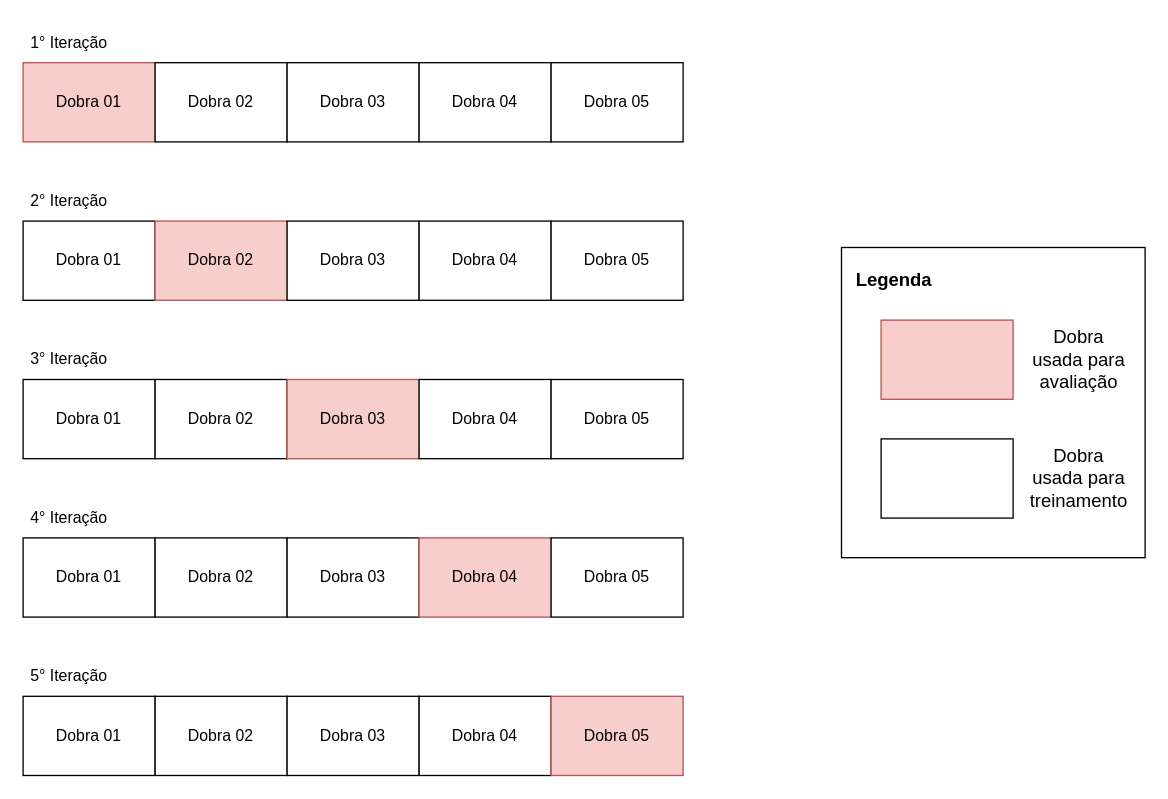
Above: avc-text/exemplo_validação_cruzada_05_dobras.drawio in ViniPilan/avc-modeling (draw.io), before the change. Source tidied: cells renumbered, new cells numbered last; positions are measured from the earlier drawing's top-left corner, leaving out a move shared by most shapes. Both pictures are drawn from the tidied source at 132%, with x=0, y=0 at pixel (22, 22).
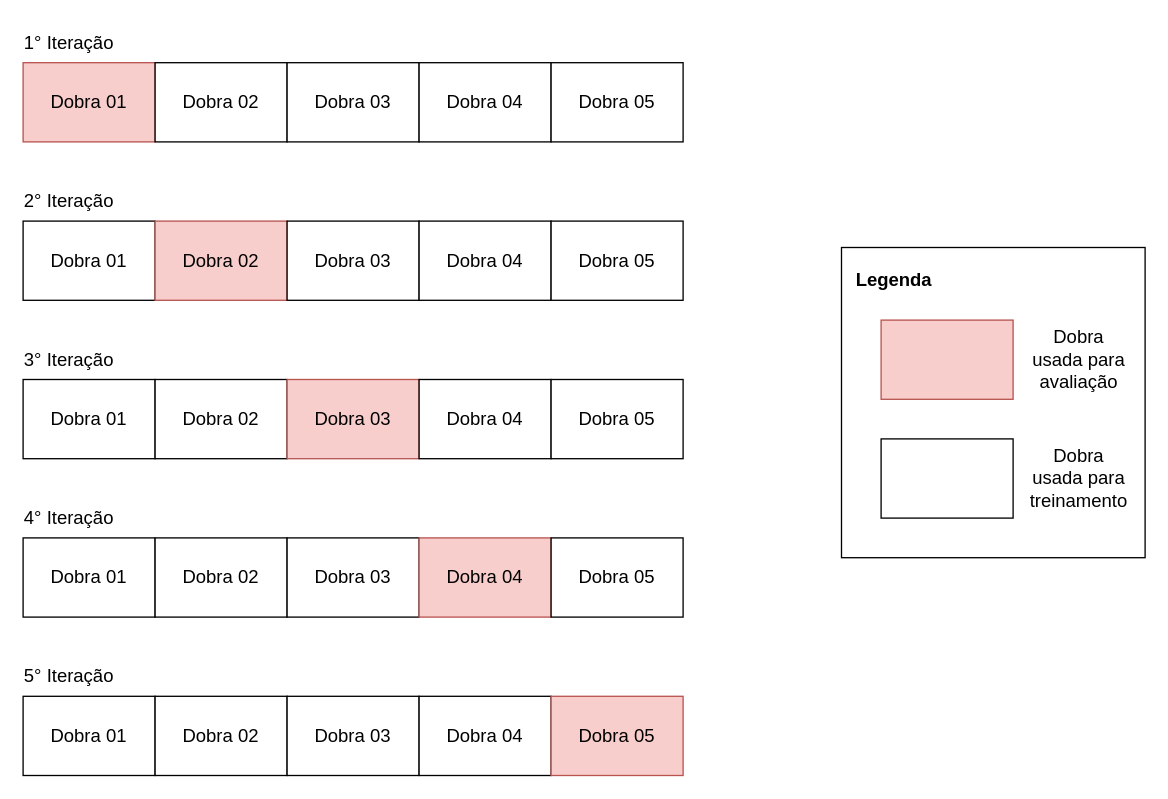
The same diagram, later.

Change to the diagram source:
```diff
@@
-    <mxCell id="2" value="Dobra 01" style="rounded=0;whiteSpace=wrap;html=1;fillColor=#f8cecc;strokeColor=#b85450;" parent="1" vertex="1">
+    <mxCell id="2" value="Dobra 01" style="rounded=0;whiteSpace=wrap;html=1;fillColor=#f8cecc;strokeColor=#b85450;fontSize=14;" parent="1" vertex="1">
       <mxGeometry y="30" width="100" height="60" as="geometry" />
     </mxCell>
-    <mxCell id="3" value="Dobra 02" style="rounded=0;whiteSpace=wrap;html=1;" parent="1" vertex="1">
+    <mxCell id="3" value="Dobra 02" style="rounded=0;whiteSpace=wrap;html=1;fontSize=14;" parent="1" vertex="1">
       <mxGeometry x="100" y="30" width="100" height="60" as="geometry" />
     </mxCell>
-    <mxCell id="4" value="Dobra 03" style="rounded=0;whiteSpace=wrap;html=1;" parent="1" vertex="1">
+    <mxCell id="4" value="Dobra 03" style="rounded=0;whiteSpace=wrap;html=1;fontSize=14;" parent="1" vertex="1">
       <mxGeometry x="200" y="30" width="100" height="60" as="geometry" />
     </mxCell>
-    <mxCell id="5" value="Dobra 04" style="rounded=0;whiteSpace=wrap;html=1;" parent="1" vertex="1">
+    <mxCell id="5" value="Dobra 04" style="rounded=0;whiteSpace=wrap;html=1;fontSize=14;" parent="1" vertex="1">
       <mxGeometry x="300" y="30" width="100" height="60" as="geometry" />
     </mxCell>
-    <mxCell id="6" value="Dobra 05" style="rounded=0;whiteSpace=wrap;html=1;" parent="1" vertex="1">
+    <mxCell id="6" value="Dobra 05" style="rounded=0;whiteSpace=wrap;html=1;fontSize=14;" parent="1" vertex="1">
       <mxGeometry x="400" y="30" width="100" height="60" as="geometry" />
     </mxCell>
-    <mxCell id="7" value="Dobra 01" style="rounded=0;whiteSpace=wrap;html=1;" parent="1" vertex="1">
+    <mxCell id="7" value="Dobra 01" style="rounded=0;whiteSpace=wrap;html=1;fontSize=14;" parent="1" vertex="1">
       <mxGeometry y="150" width="100" height="60" as="geometry" />
     </mxCell>
-    <mxCell id="8" value="Dobra 02" style="rounded=0;whiteSpace=wrap;html=1;fillColor=#f8cecc;strokeColor=#b85450;" parent="1" vertex="1">
+    <mxCell id="8" value="Dobra 02" style="rounded=0;whiteSpace=wrap;html=1;fillColor=#f8cecc;strokeColor=#b85450;fontSize=14;" parent="1" vertex="1">
       <mxGeometry x="100" y="150" width="100" height="60" as="geometry" />
     </mxCell>
-    <mxCell id="9" value="Dobra 03" style="rounded=0;whiteSpace=wrap;html=1;" parent="1" vertex="1">
+    <mxCell id="9" value="Dobra 03" style="rounded=0;whiteSpace=wrap;html=1;fontSize=14;" parent="1" vertex="1">
       <mxGeometry x="200" y="150" width="100" height="60" as="geometry" />
     </mxCell>
-    <mxCell id="10" value="Dobra 04" style="rounded=0;whiteSpace=wrap;html=1;" parent="1" vertex="1">
+    <mxCell id="10" value="Dobra 04" style="rounded=0;whiteSpace=wrap;html=1;fontSize=14;" parent="1" vertex="1">
       <mxGeometry x="300" y="150" width="100" height="60" as="geometry" />
     </mxCell>
-    <mxCell id="11" value="Dobra 05" style="rounded=0;whiteSpace=wrap;html=1;" parent="1" vertex="1">
+    <mxCell id="11" value="Dobra 05" style="rounded=0;whiteSpace=wrap;html=1;fontSize=14;" parent="1" vertex="1">
       <mxGeometry x="400" y="150" width="100" height="60" as="geometry" />
     </mxCell>
-    <mxCell id="12" value="Dobra 01" style="rounded=0;whiteSpace=wrap;html=1;" parent="1" vertex="1">
+    <mxCell id="12" value="Dobra 01" style="rounded=0;whiteSpace=wrap;html=1;fontSize=14;" parent="1" vertex="1">
       <mxGeometry y="270" width="100" height="60" as="geometry" />
     </mxCell>
-    <mxCell id="13" value="Dobra 02" style="rounded=0;whiteSpace=wrap;html=1;" parent="1" vertex="1">
+    <mxCell id="13" value="Dobra 02" style="rounded=0;whiteSpace=wrap;html=1;fontSize=14;" parent="1" vertex="1">
       <mxGeometry x="100" y="270" width="100" height="60" as="geometry" />
     </mxCell>
-    <mxCell id="14" value="Dobra 03" style="rounded=0;whiteSpace=wrap;html=1;fillColor=#f8cecc;strokeColor=#b85450;" parent="1" vertex="1">
+    <mxCell id="14" value="Dobra 03" style="rounded=0;whiteSpace=wrap;html=1;fillColor=#f8cecc;strokeColor=#b85450;fontSize=14;" parent="1" vertex="1">
       <mxGeometry x="200" y="270" width="100" height="60" as="geometry" />
     </mxCell>
-    <mxCell id="15" value="Dobra 04" style="rounded=0;whiteSpace=wrap;html=1;" parent="1" vertex="1">
+    <mxCell id="15" value="Dobra 04" style="rounded=0;whiteSpace=wrap;html=1;fontSize=14;" parent="1" vertex="1">
       <mxGeometry x="300" y="270" width="100" height="60" as="geometry" />
     </mxCell>
-    <mxCell id="16" value="Dobra 05" style="rounded=0;whiteSpace=wrap;html=1;" parent="1" vertex="1">
+    <mxCell id="16" value="Dobra 05" style="rounded=0;whiteSpace=wrap;html=1;fontSize=14;" parent="1" vertex="1">
       <mxGeometry x="400" y="270" width="100" height="60" as="geometry" />
     </mxCell>
-    <mxCell id="17" value="Dobra 01" style="rounded=0;whiteSpace=wrap;html=1;" parent="1" vertex="1">
+    <mxCell id="17" value="Dobra 01" style="rounded=0;whiteSpace=wrap;html=1;fontSize=14;" parent="1" vertex="1">
       <mxGeometry y="390" width="100" height="60" as="geometry" />
     </mxCell>
-    <mxCell id="18" value="Dobra 02" style="rounded=0;whiteSpace=wrap;html=1;" parent="1" vertex="1">
+    <mxCell id="18" value="Dobra 02" style="rounded=0;whiteSpace=wrap;html=1;fontSize=14;" parent="1" vertex="1">
       <mxGeometry x="100" y="390" width="100" height="60" as="geometry" />
     </mxCell>
-    <mxCell id="19" value="Dobra 03" style="rounded=0;whiteSpace=wrap;html=1;" parent="1" vertex="1">
+    <mxCell id="19" value="Dobra 03" style="rounded=0;whiteSpace=wrap;html=1;fontSize=14;" parent="1" vertex="1">
       <mxGeometry x="200" y="390" width="100" height="60" as="geometry" />
     </mxCell>
-    <mxCell id="20" value="Dobra 04" style="rounded=0;whiteSpace=wrap;html=1;fillColor=#f8cecc;strokeColor=#b85450;" parent="1" vertex="1">
+    <mxCell id="20" value="Dobra 04" style="rounded=0;whiteSpace=wrap;html=1;fillColor=#f8cecc;strokeColor=#b85450;fontSize=14;" parent="1" vertex="1">
       <mxGeometry x="300" y="390" width="100" height="60" as="geometry" />
     </mxCell>
-    <mxCell id="21" value="Dobra 05" style="rounded=0;whiteSpace=wrap;html=1;" parent="1" vertex="1">
+    <mxCell id="21" value="Dobra 05" style="rounded=0;whiteSpace=wrap;html=1;fontSize=14;" parent="1" vertex="1">
       <mxGeometry x="400" y="390" width="100" height="60" as="geometry" />
     </mxCell>
-    <mxCell id="22" value="Dobra 01" style="rounded=0;whiteSpace=wrap;html=1;" parent="1" vertex="1">
+    <mxCell id="22" value="Dobra 01" style="rounded=0;whiteSpace=wrap;html=1;fontSize=14;" parent="1" vertex="1">
       <mxGeometry y="510" width="100" height="60" as="geometry" />
     </mxCell>
-    <mxCell id="23" value="Dobra 02" style="rounded=0;whiteSpace=wrap;html=1;" parent="1" vertex="1">
+    <mxCell id="23" value="Dobra 02" style="rounded=0;whiteSpace=wrap;html=1;fontSize=14;" parent="1" vertex="1">
       <mxGeometry x="100" y="510" width="100" height="60" as="geometry" />
     </mxCell>
-    <mxCell id="24" value="Dobra 03" style="rounded=0;whiteSpace=wrap;html=1;" parent="1" vertex="1">
+    <mxCell id="24" value="Dobra 03" style="rounded=0;whiteSpace=wrap;html=1;fontSize=14;" parent="1" vertex="1">
       <mxGeometry x="200" y="510" width="100" height="60" as="geometry" />
     </mxCell>
-    <mxCell id="25" value="Dobra 04" style="rounded=0;whiteSpace=wrap;html=1;" parent="1" vertex="1">
+    <mxCell id="25" value="Dobra 04" style="rounded=0;whiteSpace=wrap;html=1;fontSize=14;" parent="1" vertex="1">
       <mxGeometry x="300" y="510" width="100" height="60" as="geometry" />
     </mxCell>
-    <mxCell id="26" value="Dobra 05" style="rounded=0;whiteSpace=wrap;html=1;fillColor=#f8cecc;strokeColor=#b85450;" parent="1" vertex="1">
+    <mxCell id="26" value="Dobra 05" style="rounded=0;whiteSpace=wrap;html=1;fillColor=#f8cecc;strokeColor=#b85450;fontSize=14;" parent="1" vertex="1">
       <mxGeometry x="400" y="510" width="100" height="60" as="geometry" />
     </mxCell>
-    <mxCell id="27" value="1° Iteração" style="text;html=1;strokeColor=none;fillColor=none;align=center;verticalAlign=middle;whiteSpace=wrap;rounded=0;" parent="1" vertex="1">
+    <mxCell id="27" value="1° Iteração" style="text;html=1;strokeColor=none;fillColor=none;align=center;verticalAlign=middle;whiteSpace=wrap;rounded=0;fontSize=14;" parent="1" vertex="1">
       <mxGeometry width="70" height="30" as="geometry" />
     </mxCell>
-    <mxCell id="28" value="2° Iteração" style="text;html=1;strokeColor=none;fillColor=none;align=center;verticalAlign=middle;whiteSpace=wrap;rounded=0;" parent="1" vertex="1">
+    <mxCell id="28" value="2° Iteração" style="text;html=1;strokeColor=none;fillColor=none;align=center;verticalAlign=middle;whiteSpace=wrap;rounded=0;fontSize=14;" parent="1" vertex="1">
       <mxGeometry y="120" width="70" height="30" as="geometry" />
     </mxCell>
-    <mxCell id="29" value="3° Iteração" style="text;html=1;strokeColor=none;fillColor=none;align=center;verticalAlign=middle;whiteSpace=wrap;rounded=0;" parent="1" vertex="1">
+    <mxCell id="29" value="3° Iteração" style="text;html=1;strokeColor=none;fillColor=none;align=center;verticalAlign=middle;whiteSpace=wrap;rounded=0;fontSize=14;" parent="1" vertex="1">
       <mxGeometry y="240" width="70" height="30" as="geometry" />
     </mxCell>
-    <mxCell id="30" value="4° Iteração" style="text;html=1;strokeColor=none;fillColor=none;align=center;verticalAlign=middle;whiteSpace=wrap;rounded=0;" parent="1" vertex="1">
+    <mxCell id="30" value="4° Iteração" style="text;html=1;strokeColor=none;fillColor=none;align=center;verticalAlign=middle;whiteSpace=wrap;rounded=0;fontSize=14;" parent="1" vertex="1">
       <mxGeometry y="360" width="70" height="30" as="geometry" />
     </mxCell>
-    <mxCell id="31" value="5° Iteração" style="text;html=1;strokeColor=none;fillColor=none;align=center;verticalAlign=middle;whiteSpace=wrap;rounded=0;" parent="1" vertex="1">
+    <mxCell id="31" value="5° Iteração" style="text;html=1;strokeColor=none;fillColor=none;align=center;verticalAlign=middle;whiteSpace=wrap;rounded=0;fontSize=14;" parent="1" vertex="1">
       <mxGeometry y="480" width="70" height="30" as="geometry" />
     </mxCell>
-    <mxCell id="32" style="rounded=0;whiteSpace=wrap;html=1;fillColor=#f8cecc;strokeColor=#b85450;" parent="1" vertex="1">
+    <mxCell id="32" style="rounded=0;whiteSpace=wrap;html=1;fillColor=#f8cecc;strokeColor=#b85450;fontSize=14;" parent="1" vertex="1">
       <mxGeometry x="650" y="225" width="100" height="60" as="geometry" />
     </mxCell>
-    <mxCell id="33" style="rounded=0;whiteSpace=wrap;html=1;" parent="1" vertex="1">
+    <mxCell id="33" style="rounded=0;whiteSpace=wrap;html=1;fontSize=14;" parent="1" vertex="1">
       <mxGeometry x="650" y="315" width="100" height="60" as="geometry" />
     </mxCell>
-    <mxCell id="34" value="&lt;font style=&quot;font-size: 14px;&quot;&gt;Dobra usada para avaliação&lt;/font&gt;" style="text;html=1;strokeColor=none;fillColor=none;align=center;verticalAlign=middle;whiteSpace=wrap;rounded=0;" parent="1" vertex="1">
+    <mxCell id="34" value="&lt;font style=&quot;font-size: 14px;&quot;&gt;Dobra usada para avaliação&lt;/font&gt;" style="text;html=1;strokeColor=none;fillColor=none;align=center;verticalAlign=middle;whiteSpace=wrap;rounded=0;fontSize=14;" parent="1" vertex="1">
       <mxGeometry x="760" y="240" width="80" height="30" as="geometry" />
     </mxCell>
-    <mxCell id="35" value="&lt;font style=&quot;font-size: 14px;&quot;&gt;Dobra usada para treinamento&lt;/font&gt;" style="text;html=1;strokeColor=none;fillColor=none;align=center;verticalAlign=middle;whiteSpace=wrap;rounded=0;" parent="1" vertex="1">
+    <mxCell id="35" value="&lt;font style=&quot;font-size: 14px;&quot;&gt;Dobra usada para treinamento&lt;/font&gt;" style="text;html=1;strokeColor=none;fillColor=none;align=center;verticalAlign=middle;whiteSpace=wrap;rounded=0;fontSize=14;" parent="1" vertex="1">
       <mxGeometry x="760" y="330" width="80" height="30" as="geometry" />
     </mxCell>
@@
-    <mxCell id="37" value="&lt;b&gt;Legenda&lt;/b&gt;" style="text;html=1;strokeColor=none;fillColor=none;align=center;verticalAlign=middle;whiteSpace=wrap;rounded=0;fontSize=14;" parent="1" vertex="1">
+    <mxCell id="37" value="&lt;b style=&quot;font-size: 14px;&quot;&gt;Legenda&lt;/b&gt;" style="text;html=1;strokeColor=none;fillColor=none;align=center;verticalAlign=middle;whiteSpace=wrap;rounded=0;fontSize=14;" parent="1" vertex="1">
       <mxGeometry x="630" y="180" width="60" height="30" as="geometry" />
     </mxCell>
```
